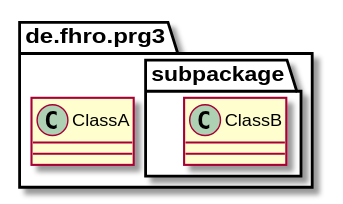
Above: assets/plantuml/Packages.svg in ohm-softa/ohm-softa.github.io (PlantUML), before the change. Source of this version:
```plantuml
@startuml Packages

package de.fhro.prg3 {
    class ClassA {

    }

    package subpackage {
        class ClassB {

        }
    }
}

@enduml
```
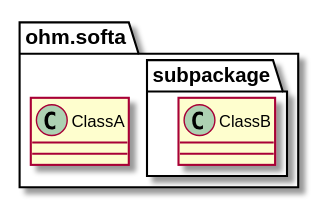
The same file after the commit.

Diff of the diagram source:
```diff
@@ -1,6 +1,6 @@
 @startuml Packages
 
-package de.fhro.prg3 {
+package ohm.softa {
     class ClassA {
 
     }
```
